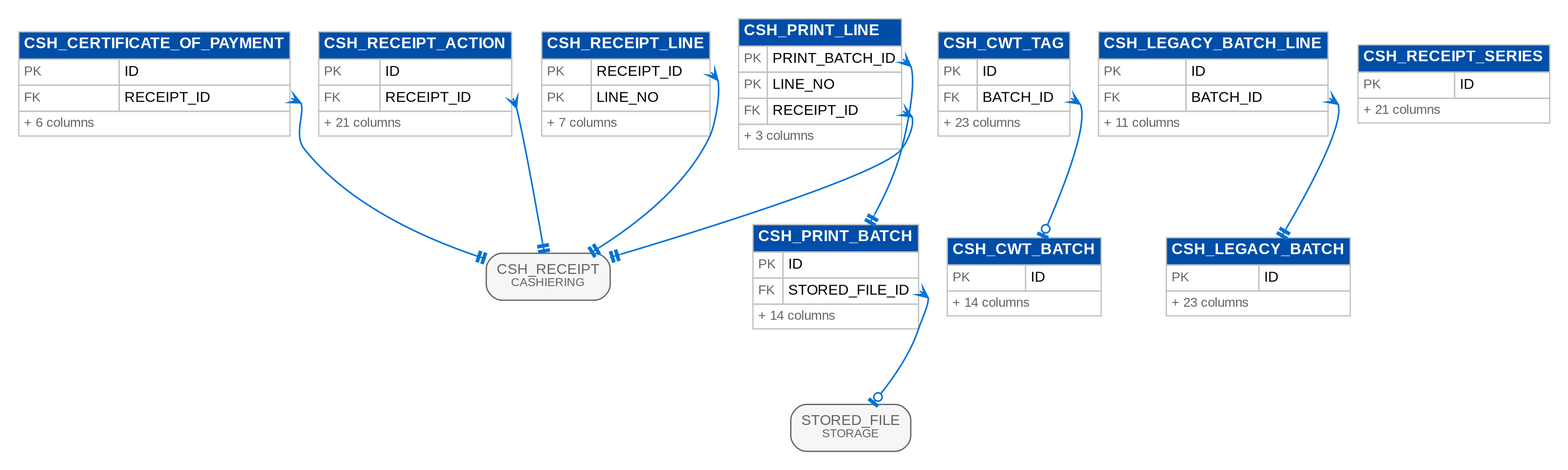
The Graphviz diagram docs/deliverables/src/programme/security_data/figures/erd/d07_cashiering_2.png in IortaTexhNXT-DEV/FinVerse, before a commit. Its source is kept beside it as docs/deliverables/src/programme/security_data/figures/erd/d07_cashiering_2.dot. The source it was exported from:
```dot
digraph erd {
  graph [rankdir=TB, fontname="Arial", nodesep=0.3, ranksep=0.8, pad=0.2, bgcolor="white"];
  node [shape=plain, fontname="Arial"];
  edge [color="@CTA_BLUE", arrowsize=0.8, penwidth=1.2, dir=both];
  "csh_certificate_of_payment" [label=<<table border="0" cellborder="1" cellspacing="0" cellpadding="3" color="@BORDER"><tr><td bgcolor="@HEADER_BLUE" align="left" colspan="2"><font color="@WHITE" point-size="12"><b>CSH_CERTIFICATE_OF_PAYMENT</b></font></td></tr><tr><td align="left"><font point-size="10" color="@MUTED">PK</font></td><td align="left" port="id"><font point-size="11">ID</font></td></tr><tr><td align="left"><font point-size="10" color="@MUTED">FK</font></td><td align="left" port="receipt_id"><font point-size="11">RECEIPT_ID</font></td></tr><tr><td colspan="2" align="left"><font point-size="10" color="@MUTED">+ 6 columns</font></td></tr></table>>];
  "csh_cwt_batch" [label=<<table border="0" cellborder="1" cellspacing="0" cellpadding="3" color="@BORDER"><tr><td bgcolor="@HEADER_BLUE" align="left" colspan="2"><font color="@WHITE" point-size="12"><b>CSH_CWT_BATCH</b></font></td></tr><tr><td align="left"><font point-size="10" color="@MUTED">PK</font></td><td align="left" port="id"><font point-size="11">ID</font></td></tr><tr><td colspan="2" align="left"><font point-size="10" color="@MUTED">+ 14 columns</font></td></tr></table>>];
  "csh_cwt_tag" [label=<<table border="0" cellborder="1" cellspacing="0" cellpadding="3" color="@BORDER"><tr><td bgcolor="@HEADER_BLUE" align="left" colspan="2"><font color="@WHITE" point-size="12"><b>CSH_CWT_TAG</b></font></td></tr><tr><td align="left"><font point-size="10" color="@MUTED">PK</font></td><td align="left" port="id"><font point-size="11">ID</font></td></tr><tr><td align="left"><font point-size="10" color="@MUTED">FK</font></td><td align="left" port="batch_id"><font point-size="11">BATCH_ID</font></td></tr><tr><td colspan="2" align="left"><font point-size="10" color="@MUTED">+ 23 columns</font></td></tr></table>>];
  "csh_legacy_batch" [label=<<table border="0" cellborder="1" cellspacing="0" cellpadding="3" color="@BORDER"><tr><td bgcolor="@HEADER_BLUE" align="left" colspan="2"><font color="@WHITE" point-size="12"><b>CSH_LEGACY_BATCH</b></font></td></tr><tr><td align="left"><font point-size="10" color="@MUTED">PK</font></td><td align="left" port="id"><font point-size="11">ID</font></td></tr><tr><td colspan="2" align="left"><font point-size="10" color="@MUTED">+ 23 columns</font></td></tr></table>>];
  "csh_legacy_batch_line" [label=<<table border="0" cellborder="1" cellspacing="0" cellpadding="3" color="@BORDER"><tr><td bgcolor="@HEADER_BLUE" align="left" colspan="2"><font color="@WHITE" point-size="12"><b>CSH_LEGACY_BATCH_LINE</b></font></td></tr><tr><td align="left"><font point-size="10" color="@MUTED">PK</font></td><td align="left" port="id"><font point-size="11">ID</font></td></tr><tr><td align="left"><font point-size="10" color="@MUTED">FK</font></td><td align="left" port="batch_id"><font point-size="11">BATCH_ID</font></td></tr><tr><td colspan="2" align="left"><font point-size="10" color="@MUTED">+ 11 columns</font></td></tr></table>>];
  "csh_print_batch" [label=<<table border="0" cellborder="1" cellspacing="0" cellpadding="3" color="@BORDER"><tr><td bgcolor="@HEADER_BLUE" align="left" colspan="2"><font color="@WHITE" point-size="12"><b>CSH_PRINT_BATCH</b></font></td></tr><tr><td align="left"><font point-size="10" color="@MUTED">PK</font></td><td align="left" port="id"><font point-size="11">ID</font></td></tr><tr><td align="left"><font point-size="10" color="@MUTED">FK</font></td><td align="left" port="stored_file_id"><font point-size="11">STORED_FILE_ID</font></td></tr><tr><td colspan="2" align="left"><font point-size="10" color="@MUTED">+ 14 columns</font></td></tr></table>>];
  "csh_print_line" [label=<<table border="0" cellborder="1" cellspacing="0" cellpadding="3" color="@BORDER"><tr><td bgcolor="@HEADER_BLUE" align="left" colspan="2"><font color="@WHITE" point-size="12"><b>CSH_PRINT_LINE</b></font></td></tr><tr><td align="left"><font point-size="10" color="@MUTED">PK</font></td><td align="left" port="print_batch_id"><font point-size="11">PRINT_BATCH_ID</font></td></tr><tr><td align="left"><font point-size="10" color="@MUTED">PK</font></td><td align="left" port="line_no"><font point-size="11">LINE_NO</font></td></tr><tr><td align="left"><font point-size="10" color="@MUTED">FK</font></td><td align="left" port="receipt_id"><font point-size="11">RECEIPT_ID</font></td></tr><tr><td colspan="2" align="left"><font point-size="10" color="@MUTED">+ 3 columns</font></td></tr></table>>];
  "csh_receipt_action" [label=<<table border="0" cellborder="1" cellspacing="0" cellpadding="3" color="@BORDER"><tr><td bgcolor="@HEADER_BLUE" align="left" colspan="2"><font color="@WHITE" point-size="12"><b>CSH_RECEIPT_ACTION</b></font></td></tr><tr><td align="left"><font point-size="10" color="@MUTED">PK</font></td><td align="left" port="id"><font point-size="11">ID</font></td></tr><tr><td align="left"><font point-size="10" color="@MUTED">FK</font></td><td align="left" port="receipt_id"><font point-size="11">RECEIPT_ID</font></td></tr><tr><td colspan="2" align="left"><font point-size="10" color="@MUTED">+ 21 columns</font></td></tr></table>>];
  "csh_receipt_line" [label=<<table border="0" cellborder="1" cellspacing="0" cellpadding="3" color="@BORDER"><tr><td bgcolor="@HEADER_BLUE" align="left" colspan="2"><font color="@WHITE" point-size="12"><b>CSH_RECEIPT_LINE</b></font></td></tr><tr><td align="left"><font point-size="10" color="@MUTED">PK</font></td><td align="left" port="receipt_id"><font point-size="11">RECEIPT_ID</font></td></tr><tr><td align="left"><font point-size="10" color="@MUTED">PK</font></td><td align="left" port="line_no"><font point-size="11">LINE_NO</font></td></tr><tr><td colspan="2" align="left"><font point-size="10" color="@MUTED">+ 7 columns</font></td></tr></table>>];
  "csh_receipt_series" [label=<<table border="0" cellborder="1" cellspacing="0" cellpadding="3" color="@BORDER"><tr><td bgcolor="@HEADER_BLUE" align="left" colspan="2"><font color="@WHITE" point-size="12"><b>CSH_RECEIPT_SERIES</b></font></td></tr><tr><td align="left"><font point-size="10" color="@MUTED">PK</font></td><td align="left" port="id"><font point-size="11">ID</font></td></tr><tr><td colspan="2" align="left"><font point-size="10" color="@MUTED">+ 21 columns</font></td></tr></table>>];
  "csh_receipt" [shape=box, style="rounded,filled", fillcolor="@DIRTY_WHITE", color="@MUTED", fontsize=11, label=<<font color="@MUTED">CSH_RECEIPT<br/><font point-size="9">CASHIERING</font></font>>];
  "stored_file" [shape=box, style="rounded,filled", fillcolor="@DIRTY_WHITE", color="@MUTED", fontsize=11, label=<<font color="@MUTED">STORED_FILE<br/><font point-size="9">STORAGE</font></font>>];
  "csh_certificate_of_payment":"receipt_id" -> "csh_receipt" [arrowtail=crow, arrowhead=teetee];
  "csh_cwt_tag":"batch_id" -> "csh_cwt_batch" [arrowtail=crow, arrowhead=teeodot];
  "csh_legacy_batch_line":"batch_id" -> "csh_legacy_batch" [arrowtail=crow, arrowhead=teetee];
  "csh_print_batch":"stored_file_id" -> "stored_file" [arrowtail=crow, arrowhead=teeodot];
  "csh_print_line":"print_batch_id" -> "csh_print_batch" [arrowtail=crow, arrowhead=teetee];
  "csh_print_line":"receipt_id" -> "csh_receipt" [arrowtail=crow, arrowhead=teetee];
  "csh_receipt_action":"receipt_id" -> "csh_receipt" [arrowtail=crow, arrowhead=teetee];
  "csh_receipt_line":"receipt_id" -> "csh_receipt" [arrowtail=crow, arrowhead=teetee];
}
```
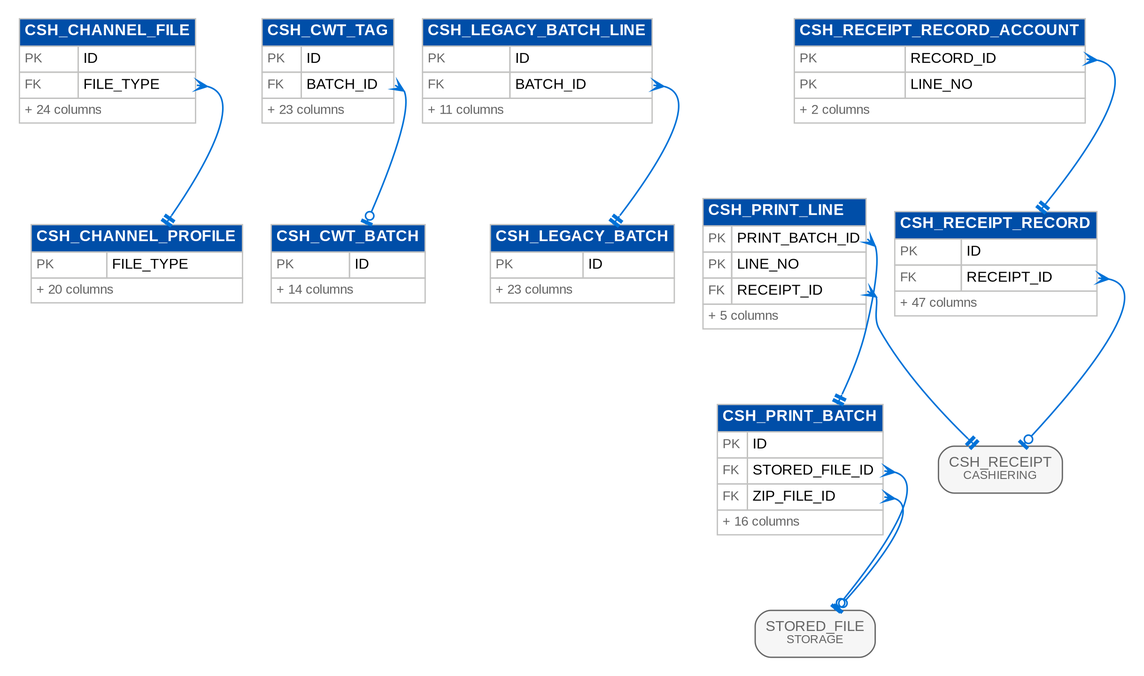
The same diagram one commit later.

Change to the diagram source:
```diff
@@ -2,24 +2,25 @@
   graph [rankdir=TB, fontname="Arial", nodesep=0.3, ranksep=0.8, pad=0.2, bgcolor="white"];
   node [shape=plain, fontname="Arial"];
   edge [color="@CTA_BLUE", arrowsize=0.8, penwidth=1.2, dir=both];
-  "csh_certificate_of_payment" [label=<<table border="0" cellborder="1" cellspacing="0" cellpadding="3" color="@BORDER"><tr><td bgcolor="@HEADER_BLUE" align="left" colspan="2"><font color="@WHITE" point-size="12"><b>CSH_CERTIFICATE_OF_PAYMENT</b></font></td></tr><tr><td align="left"><font point-size="10" color="@MUTED">PK</font></td><td align="left" port="id"><font point-size="11">ID</font></td></tr><tr><td align="left"><font point-size="10" color="@MUTED">FK</font></td><td align="left" port="receipt_id"><font point-size="11">RECEIPT_ID</font></td></tr><tr><td colspan="2" align="left"><font point-size="10" color="@MUTED">+ 6 columns</font></td></tr></table>>];
+  "csh_channel_file" [label=<<table border="0" cellborder="1" cellspacing="0" cellpadding="3" color="@BORDER"><tr><td bgcolor="@HEADER_BLUE" align="left" colspan="2"><font color="@WHITE" point-size="12"><b>CSH_CHANNEL_FILE</b></font></td></tr><tr><td align="left"><font point-size="10" color="@MUTED">PK</font></td><td align="left" port="id"><font point-size="11">ID</font></td></tr><tr><td align="left"><font point-size="10" color="@MUTED">FK</font></td><td align="left" port="file_type"><font point-size="11">FILE_TYPE</font></td></tr><tr><td colspan="2" align="left"><font point-size="10" color="@MUTED">+ 24 columns</font></td></tr></table>>];
+  "csh_channel_profile" [label=<<table border="0" cellborder="1" cellspacing="0" cellpadding="3" color="@BORDER"><tr><td bgcolor="@HEADER_BLUE" align="left" colspan="2"><font color="@WHITE" point-size="12"><b>CSH_CHANNEL_PROFILE</b></font></td></tr><tr><td align="left"><font point-size="10" color="@MUTED">PK</font></td><td align="left" port="file_type"><font point-size="11">FILE_TYPE</font></td></tr><tr><td colspan="2" align="left"><font point-size="10" color="@MUTED">+ 20 columns</font></td></tr></table>>];
   "csh_cwt_batch" [label=<<table border="0" cellborder="1" cellspacing="0" cellpadding="3" color="@BORDER"><tr><td bgcolor="@HEADER_BLUE" align="left" colspan="2"><font color="@WHITE" point-size="12"><b>CSH_CWT_BATCH</b></font></td></tr><tr><td align="left"><font point-size="10" color="@MUTED">PK</font></td><td align="left" port="id"><font point-size="11">ID</font></td></tr><tr><td colspan="2" align="left"><font point-size="10" color="@MUTED">+ 14 columns</font></td></tr></table>>];
   "csh_cwt_tag" [label=<<table border="0" cellborder="1" cellspacing="0" cellpadding="3" color="@BORDER"><tr><td bgcolor="@HEADER_BLUE" align="left" colspan="2"><font color="@WHITE" point-size="12"><b>CSH_CWT_TAG</b></font></td></tr><tr><td align="left"><font point-size="10" color="@MUTED">PK</font></td><td align="left" port="id"><font point-size="11">ID</font></td></tr><tr><td align="left"><font point-size="10" color="@MUTED">FK</font></td><td align="left" port="batch_id"><font point-size="11">BATCH_ID</font></td></tr><tr><td colspan="2" align="left"><font point-size="10" color="@MUTED">+ 23 columns</font></td></tr></table>>];
   "csh_legacy_batch" [label=<<table border="0" cellborder="1" cellspacing="0" cellpadding="3" color="@BORDER"><tr><td bgcolor="@HEADER_BLUE" align="left" colspan="2"><font color="@WHITE" point-size="12"><b>CSH_LEGACY_BATCH</b></font></td></tr><tr><td align="left"><font point-size="10" color="@MUTED">PK</font></td><td align="left" port="id"><font point-size="11">ID</font></td></tr><tr><td colspan="2" align="left"><font point-size="10" color="@MUTED">+ 23 columns</font></td></tr></table>>];
   "csh_legacy_batch_line" [label=<<table border="0" cellborder="1" cellspacing="0" cellpadding="3" color="@BORDER"><tr><td bgcolor="@HEADER_BLUE" align="left" colspan="2"><font color="@WHITE" point-size="12"><b>CSH_LEGACY_BATCH_LINE</b></font></td></tr><tr><td align="left"><font point-size="10" color="@MUTED">PK</font></td><td align="left" port="id"><font point-size="11">ID</font></td></tr><tr><td align="left"><font point-size="10" color="@MUTED">FK</font></td><td align="left" port="batch_id"><font point-size="11">BATCH_ID</font></td></tr><tr><td colspan="2" align="left"><font point-size="10" color="@MUTED">+ 11 columns</font></td></tr></table>>];
-  "csh_print_batch" [label=<<table border="0" cellborder="1" cellspacing="0" cellpadding="3" color="@BORDER"><tr><td bgcolor="@HEADER_BLUE" align="left" colspan="2"><font color="@WHITE" point-size="12"><b>CSH_PRINT_BATCH</b></font></td></tr><tr><td align="left"><font point-size="10" color="@MUTED">PK</font></td><td align="left" port="id"><font point-size="11">ID</font></td></tr><tr><td align="left"><font point-size="10" color="@MUTED">FK</font></td><td align="left" port="stored_file_id"><font point-size="11">STORED_FILE_ID</font></td></tr><tr><td colspan="2" align="left"><font point-size="10" color="@MUTED">+ 14 columns</font></td></tr></table>>];
-  "csh_print_line" [label=<<table border="0" cellborder="1" cellspacing="0" cellpadding="3" color="@BORDER"><tr><td bgcolor="@HEADER_BLUE" align="left" colspan="2"><font color="@WHITE" point-size="12"><b>CSH_PRINT_LINE</b></font></td></tr><tr><td align="left"><font point-size="10" color="@MUTED">PK</font></td><td align="left" port="print_batch_id"><font point-size="11">PRINT_BATCH_ID</font></td></tr><tr><td align="left"><font point-size="10" color="@MUTED">PK</font></td><td align="left" port="line_no"><font point-size="11">LINE_NO</font></td></tr><tr><td align="left"><font point-size="10" color="@MUTED">FK</font></td><td align="left" port="receipt_id"><font point-size="11">RECEIPT_ID</font></td></tr><tr><td colspan="2" align="left"><font point-size="10" color="@MUTED">+ 3 columns</font></td></tr></table>>];
-  "csh_receipt_action" [label=<<table border="0" cellborder="1" cellspacing="0" cellpadding="3" color="@BORDER"><tr><td bgcolor="@HEADER_BLUE" align="left" colspan="2"><font color="@WHITE" point-size="12"><b>CSH_RECEIPT_ACTION</b></font></td></tr><tr><td align="left"><font point-size="10" color="@MUTED">PK</font></td><td align="left" port="id"><font point-size="11">ID</font></td></tr><tr><td align="left"><font point-size="10" color="@MUTED">FK</font></td><td align="left" port="receipt_id"><font point-size="11">RECEIPT_ID</font></td></tr><tr><td colspan="2" align="left"><font point-size="10" color="@MUTED">+ 21 columns</font></td></tr></table>>];
-  "csh_receipt_line" [label=<<table border="0" cellborder="1" cellspacing="0" cellpadding="3" color="@BORDER"><tr><td bgcolor="@HEADER_BLUE" align="left" colspan="2"><font color="@WHITE" point-size="12"><b>CSH_RECEIPT_LINE</b></font></td></tr><tr><td align="left"><font point-size="10" color="@MUTED">PK</font></td><td align="left" port="receipt_id"><font point-size="11">RECEIPT_ID</font></td></tr><tr><td align="left"><font point-size="10" color="@MUTED">PK</font></td><td align="left" port="line_no"><font point-size="11">LINE_NO</font></td></tr><tr><td colspan="2" align="left"><font point-size="10" color="@MUTED">+ 7 columns</font></td></tr></table>>];
-  "csh_receipt_series" [label=<<table border="0" cellborder="1" cellspacing="0" cellpadding="3" color="@BORDER"><tr><td bgcolor="@HEADER_BLUE" align="left" colspan="2"><font color="@WHITE" point-size="12"><b>CSH_RECEIPT_SERIES</b></font></td></tr><tr><td align="left"><font point-size="10" color="@MUTED">PK</font></td><td align="left" port="id"><font point-size="11">ID</font></td></tr><tr><td colspan="2" align="left"><font point-size="10" color="@MUTED">+ 21 columns</font></td></tr></table>>];
+  "csh_print_batch" [label=<<table border="0" cellborder="1" cellspacing="0" cellpadding="3" color="@BORDER"><tr><td bgcolor="@HEADER_BLUE" align="left" colspan="2"><font color="@WHITE" point-size="12"><b>CSH_PRINT_BATCH</b></font></td></tr><tr><td align="left"><font point-size="10" color="@MUTED">PK</font></td><td align="left" port="id"><font point-size="11">ID</font></td></tr><tr><td align="left"><font point-size="10" color="@MUTED">FK</font></td><td align="left" port="stored_file_id"><font point-size="11">STORED_FILE_ID</font></td></tr><tr><td align="left"><font point-size="10" color="@MUTED">FK</font></td><td align="left" port="zip_file_id"><font point-size="11">ZIP_FILE_ID</font></td></tr><tr><td colspan="2" align="left"><font point-size="10" color="@MUTED">+ 16 columns</font></td></tr></table>>];
+  "csh_print_line" [label=<<table border="0" cellborder="1" cellspacing="0" cellpadding="3" color="@BORDER"><tr><td bgcolor="@HEADER_BLUE" align="left" colspan="2"><font color="@WHITE" point-size="12"><b>CSH_PRINT_LINE</b></font></td></tr><tr><td align="left"><font point-size="10" color="@MUTED">PK</font></td><td align="left" port="print_batch_id"><font point-size="11">PRINT_BATCH_ID</font></td></tr><tr><td align="left"><font point-size="10" color="@MUTED">PK</font></td><td align="left" port="line_no"><font point-size="11">LINE_NO</font></td></tr><tr><td align="left"><font point-size="10" color="@MUTED">FK</font></td><td align="left" port="receipt_id"><font point-size="11">RECEIPT_ID</font></td></tr><tr><td colspan="2" align="left"><font point-size="10" color="@MUTED">+ 5 columns</font></td></tr></table>>];
+  "csh_receipt_record" [label=<<table border="0" cellborder="1" cellspacing="0" cellpadding="3" color="@BORDER"><tr><td bgcolor="@HEADER_BLUE" align="left" colspan="2"><font color="@WHITE" point-size="12"><b>CSH_RECEIPT_RECORD</b></font></td></tr><tr><td align="left"><font point-size="10" color="@MUTED">PK</font></td><td align="left" port="id"><font point-size="11">ID</font></td></tr><tr><td align="left"><font point-size="10" color="@MUTED">FK</font></td><td align="left" port="receipt_id"><font point-size="11">RECEIPT_ID</font></td></tr><tr><td colspan="2" align="left"><font point-size="10" color="@MUTED">+ 47 columns</font></td></tr></table>>];
+  "csh_receipt_record_account" [label=<<table border="0" cellborder="1" cellspacing="0" cellpadding="3" color="@BORDER"><tr><td bgcolor="@HEADER_BLUE" align="left" colspan="2"><font color="@WHITE" point-size="12"><b>CSH_RECEIPT_RECORD_ACCOUNT</b></font></td></tr><tr><td align="left"><font point-size="10" color="@MUTED">PK</font></td><td align="left" port="record_id"><font point-size="11">RECORD_ID</font></td></tr><tr><td align="left"><font point-size="10" color="@MUTED">PK</font></td><td align="left" port="line_no"><font point-size="11">LINE_NO</font></td></tr><tr><td colspan="2" align="left"><font point-size="10" color="@MUTED">+ 2 columns</font></td></tr></table>>];
   "csh_receipt" [shape=box, style="rounded,filled", fillcolor="@DIRTY_WHITE", color="@MUTED", fontsize=11, label=<<font color="@MUTED">CSH_RECEIPT<br/><font point-size="9">CASHIERING</font></font>>];
   "stored_file" [shape=box, style="rounded,filled", fillcolor="@DIRTY_WHITE", color="@MUTED", fontsize=11, label=<<font color="@MUTED">STORED_FILE<br/><font point-size="9">STORAGE</font></font>>];
-  "csh_certificate_of_payment":"receipt_id" -> "csh_receipt" [arrowtail=crow, arrowhead=teetee];
+  "csh_channel_file":"file_type" -> "csh_channel_profile" [arrowtail=crow, arrowhead=teetee];
   "csh_cwt_tag":"batch_id" -> "csh_cwt_batch" [arrowtail=crow, arrowhead=teeodot];
   "csh_legacy_batch_line":"batch_id" -> "csh_legacy_batch" [arrowtail=crow, arrowhead=teetee];
   "csh_print_batch":"stored_file_id" -> "stored_file" [arrowtail=crow, arrowhead=teeodot];
+  "csh_print_batch":"zip_file_id" -> "stored_file" [arrowtail=crow, arrowhead=teeodot];
   "csh_print_line":"print_batch_id" -> "csh_print_batch" [arrowtail=crow, arrowhead=teetee];
   "csh_print_line":"receipt_id" -> "csh_receipt" [arrowtail=crow, arrowhead=teetee];
-  "csh_receipt_action":"receipt_id" -> "csh_receipt" [arrowtail=crow, arrowhead=teetee];
-  "csh_receipt_line":"receipt_id" -> "csh_receipt" [arrowtail=crow, arrowhead=teetee];
+  "csh_receipt_record":"receipt_id" -> "csh_receipt" [arrowtail=crow, arrowhead=teeodot];
+  "csh_receipt_record_account":"record_id" -> "csh_receipt_record" [arrowtail=crow, arrowhead=teetee];
 }
```
